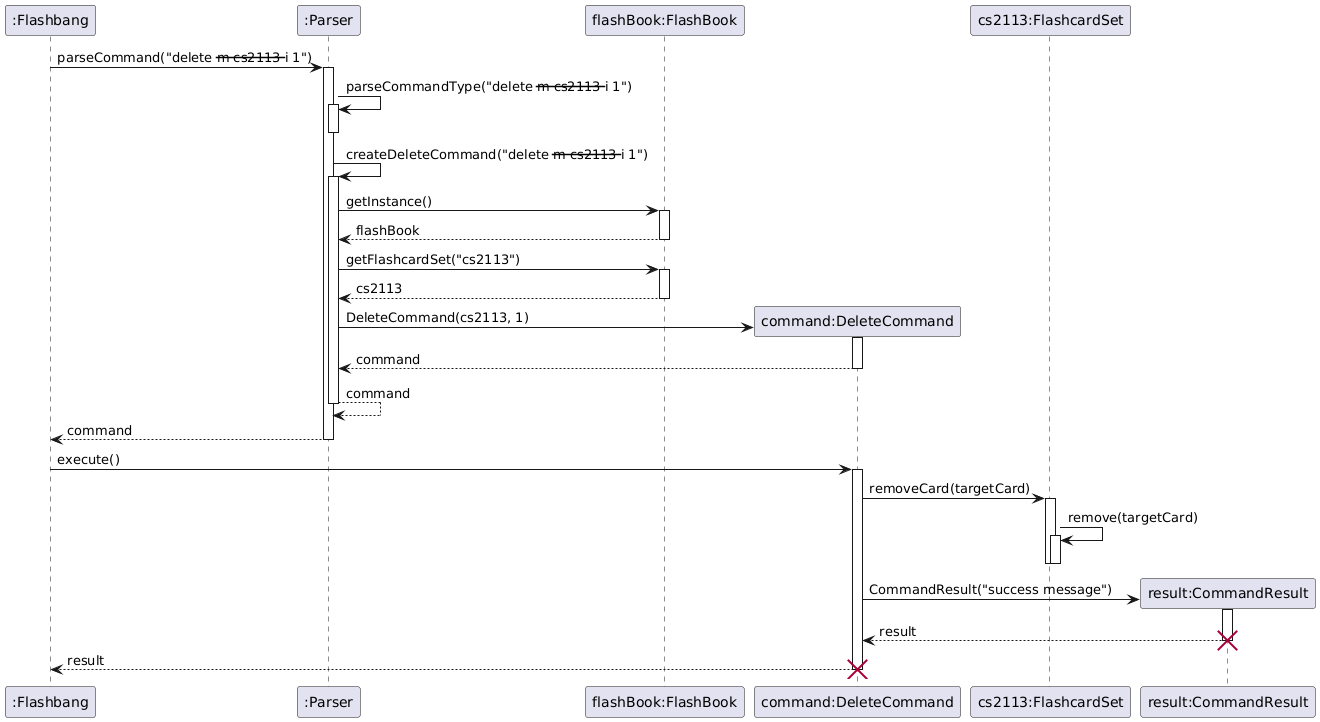
The PlantUML diagram docs/diagrams/ParserDeleteSequenceDiagram.png in raneeng/tp, before a commit. The source it was exported from:
```plantuml
@startuml
participant ":Flashbang"
participant ":Parser"
participant "flashBook:FlashBook"
participant "command:DeleteCommand"
participant "cs2113:FlashcardSet"
participant "result:CommandResult"

":Flashbang" -> ":Parser" : parseCommand("delete --m cs2113 --i 1")
activate ":Parser"

":Parser" -> ":Parser" : parseCommandType("delete --m cs2113 --i 1")
activate ":Parser"
deactivate ":Parser"

":Parser" -> ":Parser" : createDeleteCommand("delete --m cs2113 --i 1")
activate ":Parser"

":Parser" -> "flashBook:FlashBook" : getInstance()
activate "flashBook:FlashBook"
return flashBook

":Parser" -> "flashBook:FlashBook" : getFlashcardSet("cs2113")
activate "flashBook:FlashBook"
return cs2113
deactivate "flashBook:FlashBook"

create "command:DeleteCommand"
":Parser" -> "command:DeleteCommand" : DeleteCommand(cs2113, 1)
activate "command:DeleteCommand"
return command

":Parser" --> ":Parser" : command
deactivate ":Parser"
":Parser" --> ":Flashbang" : command
deactivate ":Parser"

":Flashbang" -> "command:DeleteCommand" : execute()
activate "command:DeleteCommand"

"command:DeleteCommand" -> "cs2113:FlashcardSet" : removeCard(targetCard)
activate "cs2113:FlashcardSet"
"cs2113:FlashcardSet" -> "cs2113:FlashcardSet" : remove(targetCard)
activate "cs2113:FlashcardSet"
deactivate "cs2113:FlashcardSet"
deactivate "cs2113:FlashcardSet"

create "result:CommandResult"
"command:DeleteCommand" -> "result:CommandResult" : CommandResult("success message")
activate "result:CommandResult"
return result

destroy "result:CommandResult"

return result

destroy "command:DeleteCommand"
@enduml
```
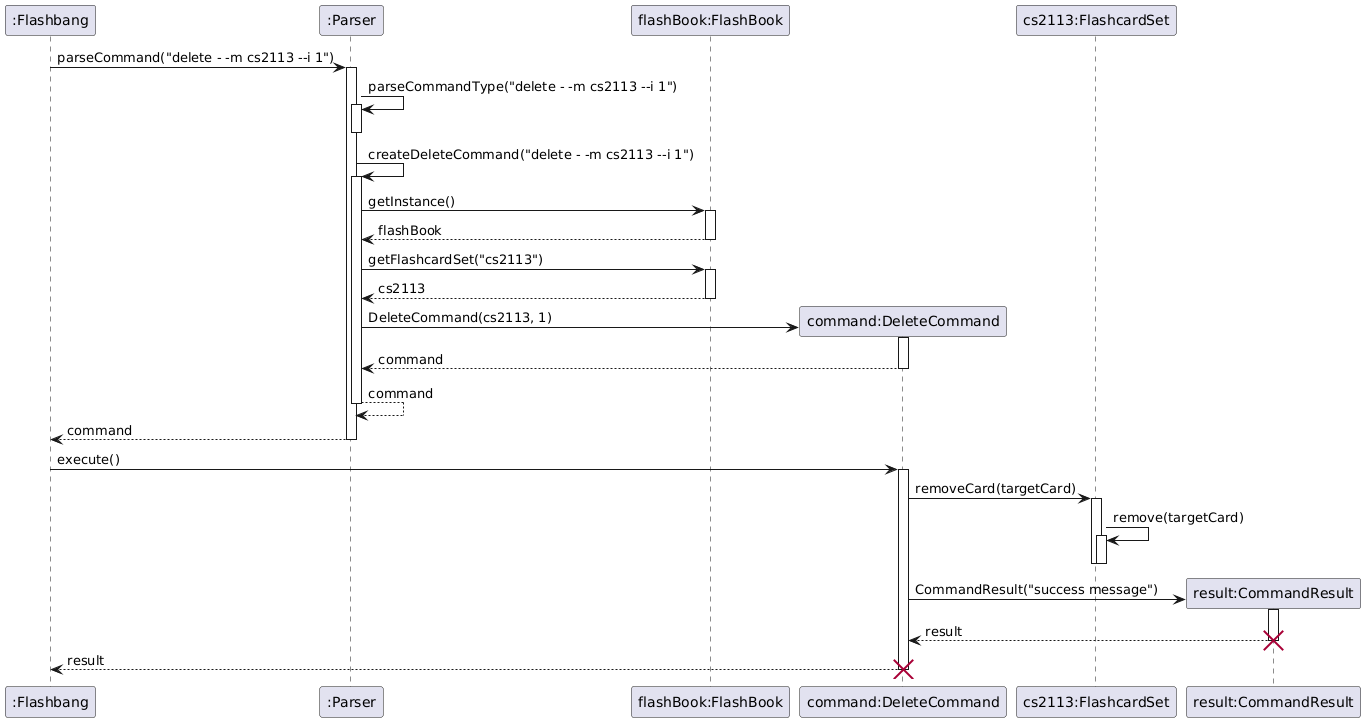
Above is the later version.

Commit message:
edited puml to remove strikeout effect -- --

What changed in the source:
```diff
@@ -6,14 +6,14 @@
 participant "cs2113:FlashcardSet"
 participant "result:CommandResult"
 
-":Flashbang" -> ":Parser" : parseCommand("delete --m cs2113 --i 1")
+":Flashbang" -> ":Parser" : parseCommand("delete - -m cs2113 --i 1")
 activate ":Parser"
 
-":Parser" -> ":Parser" : parseCommandType("delete --m cs2113 --i 1")
+":Parser" -> ":Parser" : parseCommandType("delete - -m cs2113 --i 1")
 activate ":Parser"
 deactivate ":Parser"
 
-":Parser" -> ":Parser" : createDeleteCommand("delete --m cs2113 --i 1")
+":Parser" -> ":Parser" : createDeleteCommand("delete - -m cs2113 --i 1")
 activate ":Parser"
 
 ":Parser" -> "flashBook:FlashBook" : getInstance()
```
